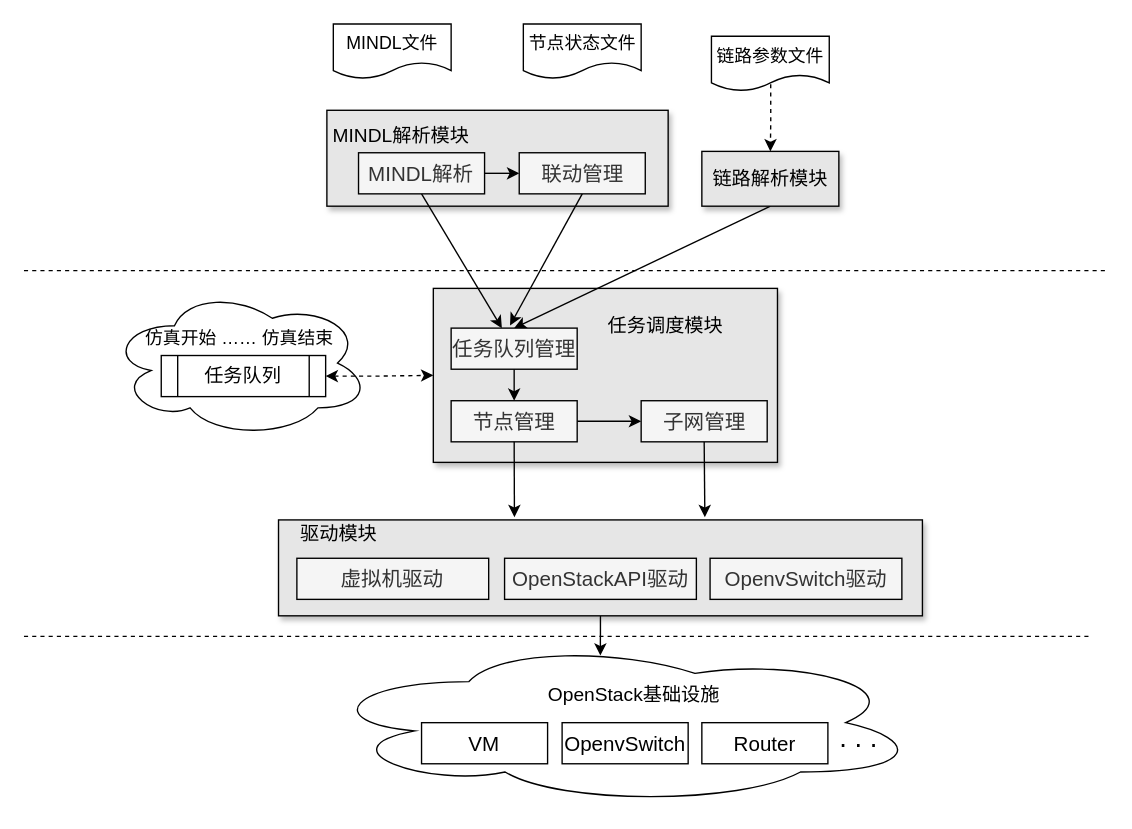
Earlier version of the draw.io diagram page "renew2_原型系统架构" (5 of 5) of 网络仿真系统.drawio (Icarus1994/neutron_conf). Source tidied: cells renumbered, new cells numbered last; positions are measured from the earlier drawing's top-left corner, leaving out a move shared by most shapes. Both pictures are drawn from the tidied source at 137%, with x=0, y=0 at pixel (23, 23).
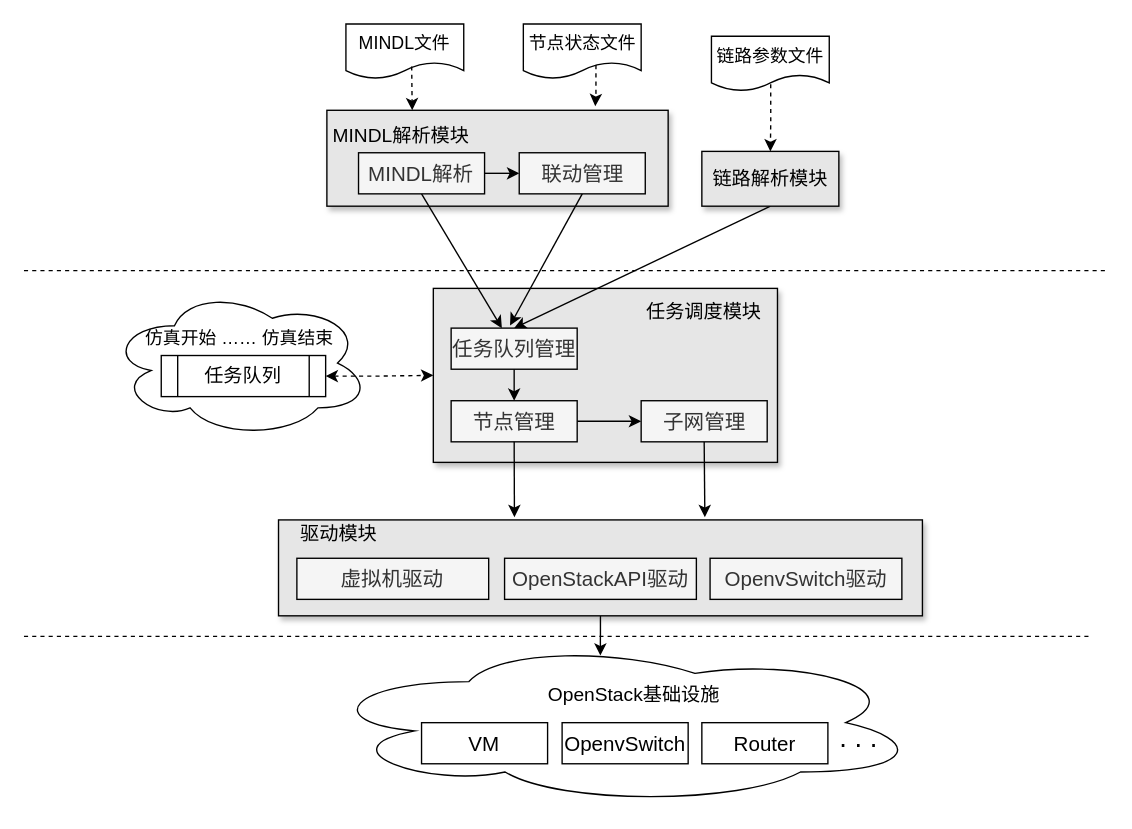
Above is the later version.

Commit message:
Update 网络仿真系统.drawio

The change refers to these unchanged cells:
```xml
<mxCell id="31" style="rounded=0;whiteSpace=wrap;html=1;fontSize=14;fillColor=#E6E6E6;shadow=1;" parent="1" vertex="1">
  <mxGeometry x="221.1" y="63" width="249.1" height="70" as="geometry" />
</mxCell>
```

Diff of the diagram source:
```diff
@@
     <mxCell id="5" value="&lt;font style=&quot;font-size: 13px;&quot;&gt;MINDL文件&lt;/font&gt;" style="shape=document;whiteSpace=wrap;html=1;boundedLbl=1;fontSize=13;" parent="1" vertex="1">
-      <mxGeometry x="225.8" width="86" height="40" as="geometry" />
+      <mxGeometry x="235" width="86" height="40" as="geometry" />
     </mxCell>
@@
     <mxCell id="29" value="&lt;font style=&quot;font-size: 14px&quot;&gt;任务调度模块&lt;/font&gt;" style="text;html=1;align=center;verticalAlign=middle;" parent="1" vertex="1">
-      <mxGeometry x="420.8" y="210" width="94" height="19" as="geometry" />
+      <mxGeometry x="448.5" y="200" width="94" height="19" as="geometry" />
     </mxCell>
@@
+    <mxCell id="42" style="edgeStyle=orthogonalEdgeStyle;rounded=0;orthogonalLoop=1;jettySize=auto;html=1;exitX=0.503;exitY=0.875;exitDx=0;exitDy=0;dashed=1;exitPerimeter=0;" parent="1" edge="1">
+      <mxGeometry relative="1" as="geometry">
+        <mxPoint x="417.5" y="30" as="sourcePoint" />
+        <mxPoint x="417" y="60" as="targetPoint" />
+        <Array as="points">
+          <mxPoint x="417" y="50" />
+          <mxPoint x="417" y="50" />
+        </Array>
+      </mxGeometry>
+    </mxCell>
+    <mxCell id="43" style="edgeStyle=orthogonalEdgeStyle;rounded=0;jettySize=auto;html=1;dashed=1;entryX=0.25;entryY=0;entryDx=0;entryDy=0;" parent="1" edge="1" target="31">
+      <mxGeometry relative="1" as="geometry">
+        <mxPoint x="283" y="31" as="sourcePoint" />
+        <Array as="points">
+          <mxPoint x="283" y="31" />
+        </Array>
+      </mxGeometry>
+    </mxCell>
```
